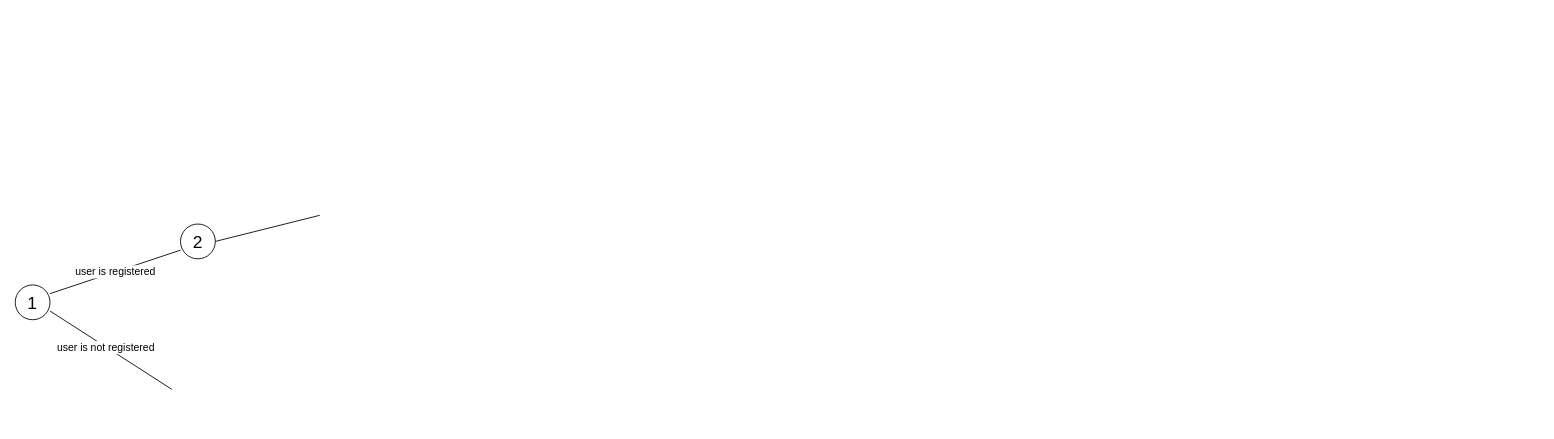
Before: decision Diagram.drawio in Eden344/project-work, a draw.io diagram. Source tidied: cells renumbered, new cells numbered last; positions are measured from the earlier drawing's top-left corner, leaving out a move shared by most shapes. Both pictures are drawn from the tidied source at 87%, with x=0, y=0 at pixel (15, 215).
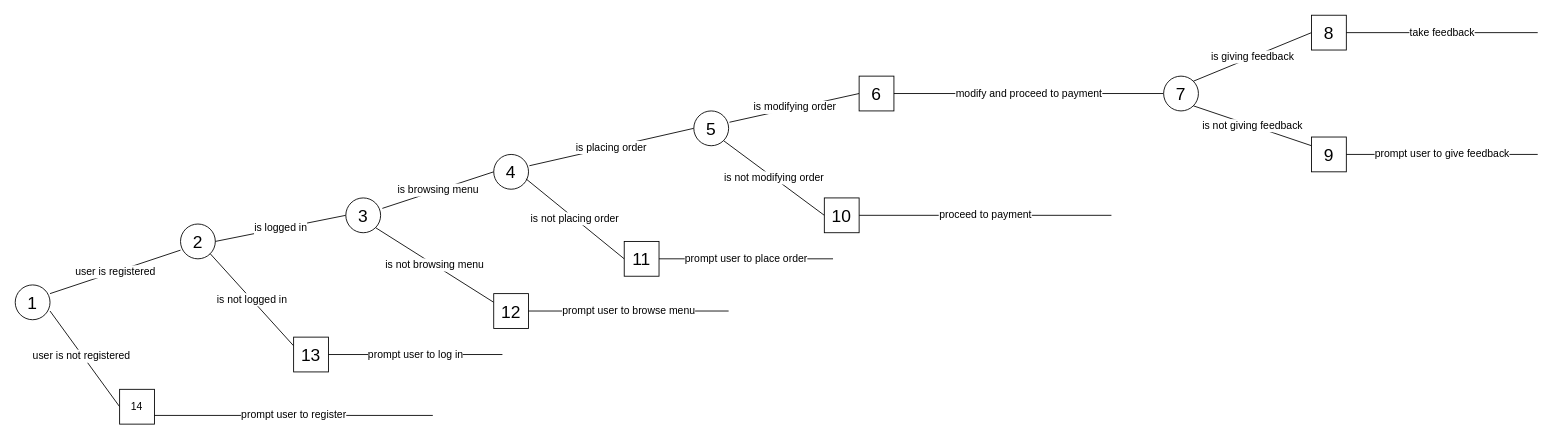
The same page after the edit.

Unchanged cells that the change refers to:
```xml
<mxCell id="5" value="2" style="ellipse;whiteSpace=wrap;html=1;fontStyle=0;fontSize=20;" parent="1" vertex="1">
  <mxGeometry x="190" y="10" width="40" height="40" as="geometry" />
</mxCell>
```

Diff of the diagram source:
```diff
@@
-    <mxCell id="4" value="user is not registered" style="endArrow=none;html=1;rounded=0;fontSize=12;" parent="1" edge="1">
+    <mxCell id="4" value="user is not registered" style="endArrow=none;html=1;rounded=0;fontSize=12;entryX=0;entryY=0.5;entryDx=0;entryDy=0;" parent="1" edge="1" target="34">
       <mxGeometry x="-0.07" y="-1" relative="1" as="geometry">
         <mxPoint x="40" y="110" as="sourcePoint" />
-        <mxPoint x="180" y="200" as="targetPoint" />
       </mxGeometry>
     </mxCell>
@@
-    <mxCell id="6" style="endArrow=none;html=1;rounded=0;exitX=1;exitY=0.5;exitDx=0;exitDy=0;" parent="1" edge="1" source="5">
-      <mxGeometry relative="1" as="geometry">
-        <mxPoint x="350" as="targetPoint" />
-      </mxGeometry>
+    <mxCell id="6" value="is logged in " style="endArrow=none;html=1;rounded=0;exitX=1;exitY=0.5;exitDx=0;exitDy=0;fontSize=12;entryX=0;entryY=0.5;entryDx=0;entryDy=0;" parent="1" edge="1" source="5" target="7">
+      <mxGeometry relative="1" as="geometry" />
     </mxCell>
+    <mxCell id="7" value="3" style="ellipse;whiteSpace=wrap;html=1;fontSize=20;" parent="1" vertex="1">
+      <mxGeometry x="380" y="-20" width="40" height="40" as="geometry" />
+    </mxCell>
+    <mxCell id="8" value="is not logged in" style="endArrow=none;html=1;rounded=0;exitX=1;exitY=1;exitDx=0;exitDy=0;fontSize=12;entryX=0;entryY=0.25;entryDx=0;entryDy=0;" parent="1" edge="1" source="5" target="32">
+      <mxGeometry relative="1" as="geometry" />
+    </mxCell>
+    <mxCell id="9" value="is not browsing menu" style="endArrow=none;html=1;rounded=0;entryX=1;entryY=1;entryDx=0;entryDy=0;fontSize=12;exitX=0;exitY=0.25;exitDx=0;exitDy=0;" parent="1" edge="1" source="30" target="7">
+      <mxGeometry relative="1" as="geometry" />
+    </mxCell>
+    <mxCell id="10" value="is browsing menu" style="endArrow=none;html=1;rounded=0;exitX=1.05;exitY=0.3;exitDx=0;exitDy=0;exitPerimeter=0;fontSize=12;entryX=0;entryY=0.5;entryDx=0;entryDy=0;" parent="1" edge="1" source="7" target="11">
+      <mxGeometry relative="1" as="geometry" />
+    </mxCell>
+    <mxCell id="11" value="4" style="ellipse;whiteSpace=wrap;html=1;fontSize=20;" parent="1" vertex="1">
+      <mxGeometry x="550" y="-70" width="40" height="40" as="geometry" />
+    </mxCell>
+    <mxCell id="12" value="is placing order" style="endArrow=none;html=1;rounded=0;entryX=1.025;entryY=0.325;entryDx=0;entryDy=0;entryPerimeter=0;exitX=0;exitY=0.5;exitDx=0;exitDy=0;fontSize=12;" parent="1" edge="1" source="14" target="11">
+      <mxGeometry relative="1" as="geometry" />
+    </mxCell>
+    <mxCell id="13" value="is not placing order" style="endArrow=none;html=1;rounded=0;entryX=0.925;entryY=0.7;entryDx=0;entryDy=0;entryPerimeter=0;fontSize=12;exitX=0;exitY=0.5;exitDx=0;exitDy=0;" parent="1" edge="1" source="28" target="11">
+      <mxGeometry relative="1" as="geometry" />
+    </mxCell>
+    <mxCell id="14" value="5" style="ellipse;whiteSpace=wrap;html=1;fontSize=20;" parent="1" vertex="1">
+      <mxGeometry x="780" y="-120" width="40" height="40" as="geometry" />
+    </mxCell>
+    <mxCell id="15" value="is modifying order" style="endArrow=none;html=1;rounded=0;entryX=1.025;entryY=0.325;entryDx=0;entryDy=0;entryPerimeter=0;fontSize=12;exitX=0;exitY=0.5;exitDx=0;exitDy=0;" parent="1" edge="1" source="18" target="14">
+      <mxGeometry relative="1" as="geometry" />
+    </mxCell>
+    <mxCell id="16" value="is not modifying order" style="endArrow=none;html=1;rounded=0;entryX=1;entryY=1;entryDx=0;entryDy=0;fontSize=12;exitX=0;exitY=0.5;exitDx=0;exitDy=0;" parent="1" edge="1" source="17" target="14">
+      <mxGeometry relative="1" as="geometry" />
+    </mxCell>
+    <mxCell id="17" value="10" style="whiteSpace=wrap;html=1;fontSize=20;" parent="1" vertex="1">
+      <mxGeometry x="930" y="-20" width="40" height="40" as="geometry" />
+    </mxCell>
+    <mxCell id="18" value="6" style="whiteSpace=wrap;html=1;fontSize=20;" parent="1" vertex="1">
+      <mxGeometry x="970" y="-160" width="40" height="40" as="geometry" />
+    </mxCell>
+    <mxCell id="19" value="modify and proceed to payment" style="endArrow=none;html=1;rounded=0;entryX=1;entryY=0.5;entryDx=0;entryDy=0;fontSize=12;exitX=0;exitY=0.5;exitDx=0;exitDy=0;" parent="1" edge="1" source="21" target="18">
+      <mxGeometry relative="1" as="geometry" />
+    </mxCell>
+    <mxCell id="20" value="proceed to payment" style="endArrow=none;html=1;rounded=0;exitX=1;exitY=0.5;exitDx=0;exitDy=0;fontSize=12;" parent="1" edge="1" source="17">
+      <mxGeometry relative="1" as="geometry">
+        <mxPoint x="1260" as="targetPoint" />
+      </mxGeometry>
+    </mxCell>
+    <mxCell id="21" value="7" style="ellipse;whiteSpace=wrap;html=1;fontSize=20;" parent="1" vertex="1">
+      <mxGeometry x="1320" y="-160" width="40" height="40" as="geometry" />
+    </mxCell>
+    <mxCell id="22" value="is not giving feedback" style="endArrow=none;html=1;rounded=0;entryX=1;entryY=1;entryDx=0;entryDy=0;exitX=0;exitY=0.25;exitDx=0;exitDy=0;fontSize=12;" parent="1" edge="1" source="26" target="21">
+      <mxGeometry relative="1" as="geometry" />
+    </mxCell>
+    <mxCell id="23" value="is giving feedback" style="endArrow=none;html=1;rounded=0;entryX=1;entryY=0;entryDx=0;entryDy=0;exitX=0;exitY=0.5;exitDx=0;exitDy=0;fontSize=12;" parent="1" edge="1" source="24" target="21">
+      <mxGeometry relative="1" as="geometry" />
+    </mxCell>
+    <mxCell id="24" value="8" style="whiteSpace=wrap;html=1;fontSize=20;" parent="1" vertex="1">
+      <mxGeometry x="1490" y="-230" width="40" height="40" as="geometry" />
+    </mxCell>
+    <mxCell id="25" value="take feedback" style="endArrow=none;html=1;rounded=0;entryX=1;entryY=0.5;entryDx=0;entryDy=0;fontSize=12;" parent="1" edge="1" target="24">
+      <mxGeometry relative="1" as="geometry">
+        <mxPoint x="1750" y="-210" as="sourcePoint" />
+      </mxGeometry>
+    </mxCell>
+    <mxCell id="26" value="9" style="whiteSpace=wrap;html=1;fontSize=20;" parent="1" vertex="1">
+      <mxGeometry x="1490" y="-90" width="40" height="40" as="geometry" />
+    </mxCell>
+    <mxCell id="27" value="prompt user to give feedback" style="endArrow=none;html=1;rounded=0;entryX=1;entryY=0.5;entryDx=0;entryDy=0;fontSize=12;" parent="1" edge="1" target="26">
+      <mxGeometry relative="1" as="geometry">
+        <mxPoint x="1750" y="-70" as="sourcePoint" />
+      </mxGeometry>
+    </mxCell>
+    <mxCell id="28" value="11" style="whiteSpace=wrap;html=1;fontSize=20;" parent="1" vertex="1">
+      <mxGeometry x="700" y="30" width="40" height="40" as="geometry" />
+    </mxCell>
+    <mxCell id="29" value="prompt user to place order" style="endArrow=none;html=1;rounded=0;exitX=1;exitY=0.5;exitDx=0;exitDy=0;fontSize=12;" parent="1" edge="1" source="28">
+      <mxGeometry relative="1" as="geometry">
+        <mxPoint x="940" y="50" as="targetPoint" />
+      </mxGeometry>
+    </mxCell>
+    <mxCell id="30" value="12" style="whiteSpace=wrap;html=1;fontSize=20;" parent="1" vertex="1">
+      <mxGeometry x="550" y="90" width="40" height="40" as="geometry" />
+    </mxCell>
+    <mxCell id="31" value="prompt user to browse menu" style="endArrow=none;html=1;rounded=0;exitX=1;exitY=0.5;exitDx=0;exitDy=0;fontSize=12;" parent="1" edge="1" source="30">
+      <mxGeometry relative="1" as="geometry">
+        <mxPoint x="820" y="110" as="targetPoint" />
+      </mxGeometry>
+    </mxCell>
+    <mxCell id="32" value="13" style="whiteSpace=wrap;html=1;fontSize=20;" parent="1" vertex="1">
+      <mxGeometry x="320" y="140" width="40" height="40" as="geometry" />
+    </mxCell>
+    <mxCell id="33" value="prompt user to log in" style="endArrow=none;html=1;rounded=0;entryX=1;entryY=0.5;entryDx=0;entryDy=0;fontSize=12;" parent="1" edge="1" target="32">
+      <mxGeometry relative="1" as="geometry">
+        <mxPoint x="560" y="160" as="sourcePoint" />
+      </mxGeometry>
+    </mxCell>
+    <mxCell id="34" value="14" style="whiteSpace=wrap;html=1;" parent="1" vertex="1">
+      <mxGeometry x="120" y="200" width="40" height="40" as="geometry" />
+    </mxCell>
+    <mxCell id="35" value="prompt user to register" style="endArrow=none;html=1;rounded=0;exitX=1;exitY=0.75;exitDx=0;exitDy=0;fontSize=12;" parent="1" edge="1" source="34">
+      <mxGeometry relative="1" as="geometry">
+        <mxPoint x="480" y="230" as="targetPoint" />
+      </mxGeometry>
+    </mxCell>
```
